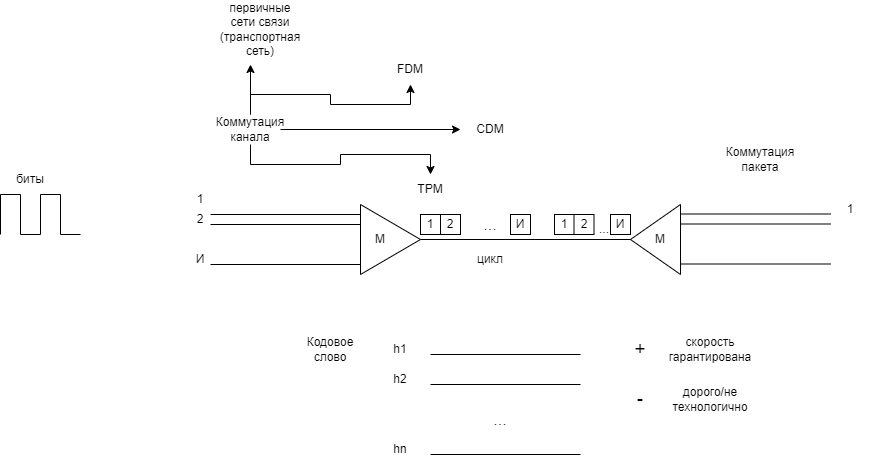
This is seti.drawio.png from ksinph/PSTU_LABS_2023, a draw.io export, as it was before one commit. Source tidied: cells renumbered, new cells last; positions are measured from the earlier drawing's top-left corner, leaving out a move shared by most shapes.
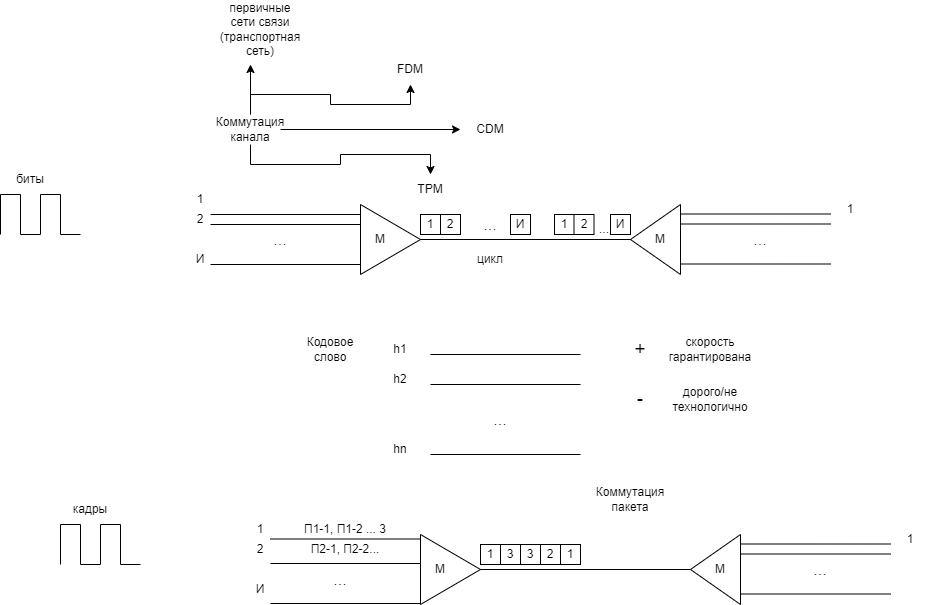
Later version of the same file.

Diff of the diagram source:
```diff
@@ -65,7 +65,7 @@
       <mxGeometry x="220" y="100" width="60" height="30" as="geometry" />
     </mxCell>
     <mxCell id="16" value="Коммутация пакета" style="text;html=1;align=center;verticalAlign=middle;whiteSpace=wrap;rounded=0;" parent="1" vertex="1">
-      <mxGeometry x="730" y="130" width="60" height="30" as="geometry" />
+      <mxGeometry x="600" y="470" width="60" height="30" as="geometry" />
     </mxCell>
     <mxCell id="17" value="1" style="text;html=1;align=center;verticalAlign=middle;whiteSpace=wrap;rounded=0;" parent="1" vertex="1">
       <mxGeometry x="170" y="170" width="60" height="30" as="geometry" />
@@ -220,5 +220,152 @@
     <mxCell id="56" value="биты" style="text;html=1;align=center;verticalAlign=middle;whiteSpace=wrap;rounded=0;" parent="1" vertex="1">
       <mxGeometry y="150" width="60" height="30" as="geometry" />
     </mxCell>
+    <mxCell id="57" style="triangle;whiteSpace=wrap;html=1;" parent="1" vertex="1">
+      <mxGeometry x="420" y="520" width="60" height="70" as="geometry" />
+    </mxCell>
+    <mxCell id="58" style="triangle;whiteSpace=wrap;html=1;rotation=-180;" parent="1" vertex="1">
+      <mxGeometry x="690" y="520" width="50" height="70" as="geometry" />
+    </mxCell>
+    <mxCell id="59" style="endArrow=none;html=1;rounded=0;" parent="1" edge="1">
+      <mxGeometry relative="1" as="geometry">
+        <mxPoint x="270" y="524.5" as="sourcePoint" />
+        <mxPoint x="420" y="524.5" as="targetPoint" />
+      </mxGeometry>
+    </mxCell>
+    <mxCell id="60" style="endArrow=none;html=1;rounded=0;" parent="1" edge="1">
+      <mxGeometry relative="1" as="geometry">
+        <mxPoint x="270" y="549" as="sourcePoint" />
+        <mxPoint x="420" y="549" as="targetPoint" />
+      </mxGeometry>
+    </mxCell>
+    <mxCell id="61" style="endArrow=none;html=1;rounded=0;" parent="1" edge="1">
+      <mxGeometry relative="1" as="geometry">
+        <mxPoint x="270" y="589" as="sourcePoint" />
+        <mxPoint x="420" y="589" as="targetPoint" />
+      </mxGeometry>
+    </mxCell>
+    <mxCell id="62" style="endArrow=none;html=1;rounded=0;" parent="1" edge="1">
+      <mxGeometry relative="1" as="geometry">
+        <mxPoint x="740" y="529.5" as="sourcePoint" />
+        <mxPoint x="890" y="529.5" as="targetPoint" />
+      </mxGeometry>
+    </mxCell>
+    <mxCell id="63" style="endArrow=none;html=1;rounded=0;" parent="1" edge="1">
+      <mxGeometry relative="1" as="geometry">
+        <mxPoint x="740" y="539.5" as="sourcePoint" />
+        <mxPoint x="890" y="539.5" as="targetPoint" />
+      </mxGeometry>
+    </mxCell>
+    <mxCell id="64" style="endArrow=none;html=1;rounded=0;" parent="1" edge="1">
+      <mxGeometry relative="1" as="geometry">
+        <mxPoint x="740" y="579.5" as="sourcePoint" />
+        <mxPoint x="890" y="579.5" as="targetPoint" />
+      </mxGeometry>
+    </mxCell>
+    <mxCell id="65" style="endArrow=none;html=1;rounded=0;exitX=1;exitY=0.5;exitDx=0;exitDy=0;entryX=1;entryY=0.5;entryDx=0;entryDy=0;" parent="1" edge="1" source="57" target="58">
+      <mxGeometry relative="1" as="geometry" />
+    </mxCell>
+    <mxCell id="66" value="1" style="text;html=1;align=center;verticalAlign=middle;whiteSpace=wrap;rounded=0;" parent="1" vertex="1">
+      <mxGeometry x="230" y="500" width="60" height="30" as="geometry" />
+    </mxCell>
+    <mxCell id="67" value="2" style="text;html=1;align=center;verticalAlign=middle;whiteSpace=wrap;rounded=0;" parent="1" vertex="1">
+      <mxGeometry x="230" y="520" width="60" height="30" as="geometry" />
+    </mxCell>
+    <mxCell id="68" value="И" style="text;html=1;align=center;verticalAlign=middle;whiteSpace=wrap;rounded=0;" parent="1" vertex="1">
+      <mxGeometry x="230" y="560" width="60" height="30" as="geometry" />
+    </mxCell>
+    <mxCell id="69" value="М" style="text;html=1;align=center;verticalAlign=middle;whiteSpace=wrap;rounded=0;" parent="1" vertex="1">
+      <mxGeometry x="410" y="540" width="60" height="30" as="geometry" />
+    </mxCell>
+    <mxCell id="70" value="М" style="text;html=1;align=center;verticalAlign=middle;whiteSpace=wrap;rounded=0;" parent="1" vertex="1">
+      <mxGeometry x="690" y="540" width="60" height="30" as="geometry" />
+    </mxCell>
+    <mxCell id="71" value="1" style="text;html=1;align=center;verticalAlign=middle;whiteSpace=wrap;rounded=0;" parent="1" vertex="1">
+      <mxGeometry x="880" y="510" width="60" height="30" as="geometry" />
+    </mxCell>
+    <mxCell id="72" value="1" style="rounded=0;whiteSpace=wrap;html=1;" parent="1" vertex="1">
+      <mxGeometry x="480" y="530" width="20" height="20" as="geometry" />
+    </mxCell>
+    <mxCell id="73" value="3" style="rounded=0;whiteSpace=wrap;html=1;" parent="1" vertex="1">
+      <mxGeometry x="500" y="530" width="20" height="20" as="geometry" />
+    </mxCell>
+    <mxCell id="74" value="3" style="rounded=0;whiteSpace=wrap;html=1;" parent="1" vertex="1">
+      <mxGeometry x="520" y="530" width="20" height="20" as="geometry" />
+    </mxCell>
+    <mxCell id="75" value="1" style="rounded=0;whiteSpace=wrap;html=1;" parent="1" vertex="1">
+      <mxGeometry x="560" y="530" width="20" height="20" as="geometry" />
+    </mxCell>
+    <mxCell id="76" value="2" style="rounded=0;whiteSpace=wrap;html=1;" parent="1" vertex="1">
+      <mxGeometry x="540" y="530" width="20" height="20" as="geometry" />
+    </mxCell>
+    <mxCell id="77" style="endArrow=none;html=1;rounded=0;" parent="1" edge="1">
+      <mxGeometry relative="1" as="geometry">
+        <mxPoint x="60" y="550" as="sourcePoint" />
+        <mxPoint x="60" y="510" as="targetPoint" />
+      </mxGeometry>
+    </mxCell>
+    <mxCell id="78" style="endArrow=none;html=1;rounded=0;" parent="1" edge="1">
+      <mxGeometry relative="1" as="geometry">
+        <mxPoint x="80" y="510" as="sourcePoint" />
+        <mxPoint x="60" y="510" as="targetPoint" />
+      </mxGeometry>
+    </mxCell>
+    <mxCell id="79" style="endArrow=none;html=1;rounded=0;" parent="1" edge="1">
+      <mxGeometry relative="1" as="geometry">
+        <mxPoint x="80" y="550" as="sourcePoint" />
+        <mxPoint x="80" y="510" as="targetPoint" />
+      </mxGeometry>
+    </mxCell>
+    <mxCell id="80" style="endArrow=none;html=1;rounded=0;" parent="1" edge="1">
+      <mxGeometry relative="1" as="geometry">
+        <mxPoint x="100" y="550" as="sourcePoint" />
+        <mxPoint x="80" y="550" as="targetPoint" />
+      </mxGeometry>
+    </mxCell>
+    <mxCell id="81" style="endArrow=none;html=1;rounded=0;" parent="1" edge="1">
+      <mxGeometry relative="1" as="geometry">
+        <mxPoint x="100" y="550" as="sourcePoint" />
+        <mxPoint x="100" y="510" as="targetPoint" />
+      </mxGeometry>
+    </mxCell>
+    <mxCell id="82" style="endArrow=none;html=1;rounded=0;" parent="1" edge="1">
+      <mxGeometry relative="1" as="geometry">
+        <mxPoint x="120" y="510" as="sourcePoint" />
+        <mxPoint x="100" y="510" as="targetPoint" />
+      </mxGeometry>
+    </mxCell>
+    <mxCell id="83" style="endArrow=none;html=1;rounded=0;" parent="1" edge="1">
+      <mxGeometry relative="1" as="geometry">
+        <mxPoint x="120" y="550" as="sourcePoint" />
+        <mxPoint x="120" y="510" as="targetPoint" />
+      </mxGeometry>
+    </mxCell>
+    <mxCell id="84" style="endArrow=none;html=1;rounded=0;" parent="1" edge="1">
+      <mxGeometry relative="1" as="geometry">
+        <mxPoint x="140" y="550" as="sourcePoint" />
+        <mxPoint x="120" y="550" as="targetPoint" />
+      </mxGeometry>
+    </mxCell>
+    <mxCell id="85" value="кадры" style="text;html=1;align=center;verticalAlign=middle;whiteSpace=wrap;rounded=0;" parent="1" vertex="1">
+      <mxGeometry x="60" y="480" width="60" height="30" as="geometry" />
+    </mxCell>
+    <mxCell id="86" value="П1-1, П1-2 ... 3" style="text;html=1;align=center;verticalAlign=middle;whiteSpace=wrap;rounded=0;" parent="1" vertex="1">
+      <mxGeometry x="300" y="500" width="90" height="30" as="geometry" />
+    </mxCell>
+    <mxCell id="87" value="П2-1, П2-2..." style="text;html=1;align=center;verticalAlign=middle;whiteSpace=wrap;rounded=0;" parent="1" vertex="1">
+      <mxGeometry x="300" y="520" width="90" height="30" as="geometry" />
+    </mxCell>
+    <mxCell id="88" value="&lt;font style=&quot;font-size: 16px;&quot;&gt;...&lt;/font&gt;" style="text;html=1;align=center;verticalAlign=middle;whiteSpace=wrap;rounded=0;strokeWidth=5;" parent="1" vertex="1">
+      <mxGeometry x="250" y="210" width="60" height="30" as="geometry" />
+    </mxCell>
+    <mxCell id="89" value="&lt;font style=&quot;font-size: 16px;&quot;&gt;...&lt;/font&gt;" style="text;html=1;align=center;verticalAlign=middle;whiteSpace=wrap;rounded=0;strokeWidth=5;" parent="1" vertex="1">
+      <mxGeometry x="310" y="550" width="60" height="30" as="geometry" />
+    </mxCell>
+    <mxCell id="90" value="&lt;font style=&quot;font-size: 16px;&quot;&gt;...&lt;/font&gt;" style="text;html=1;align=center;verticalAlign=middle;whiteSpace=wrap;rounded=0;strokeWidth=5;" parent="1" vertex="1">
+      <mxGeometry x="730" y="210" width="60" height="30" as="geometry" />
+    </mxCell>
+    <mxCell id="91" value="&lt;font style=&quot;font-size: 16px;&quot;&gt;...&lt;/font&gt;" style="text;html=1;align=center;verticalAlign=middle;whiteSpace=wrap;rounded=0;strokeWidth=5;" parent="1" vertex="1">
+      <mxGeometry x="790" y="540" width="60" height="30" as="geometry" />
+    </mxCell>
   </root>
 </mxGraphModel>
```
